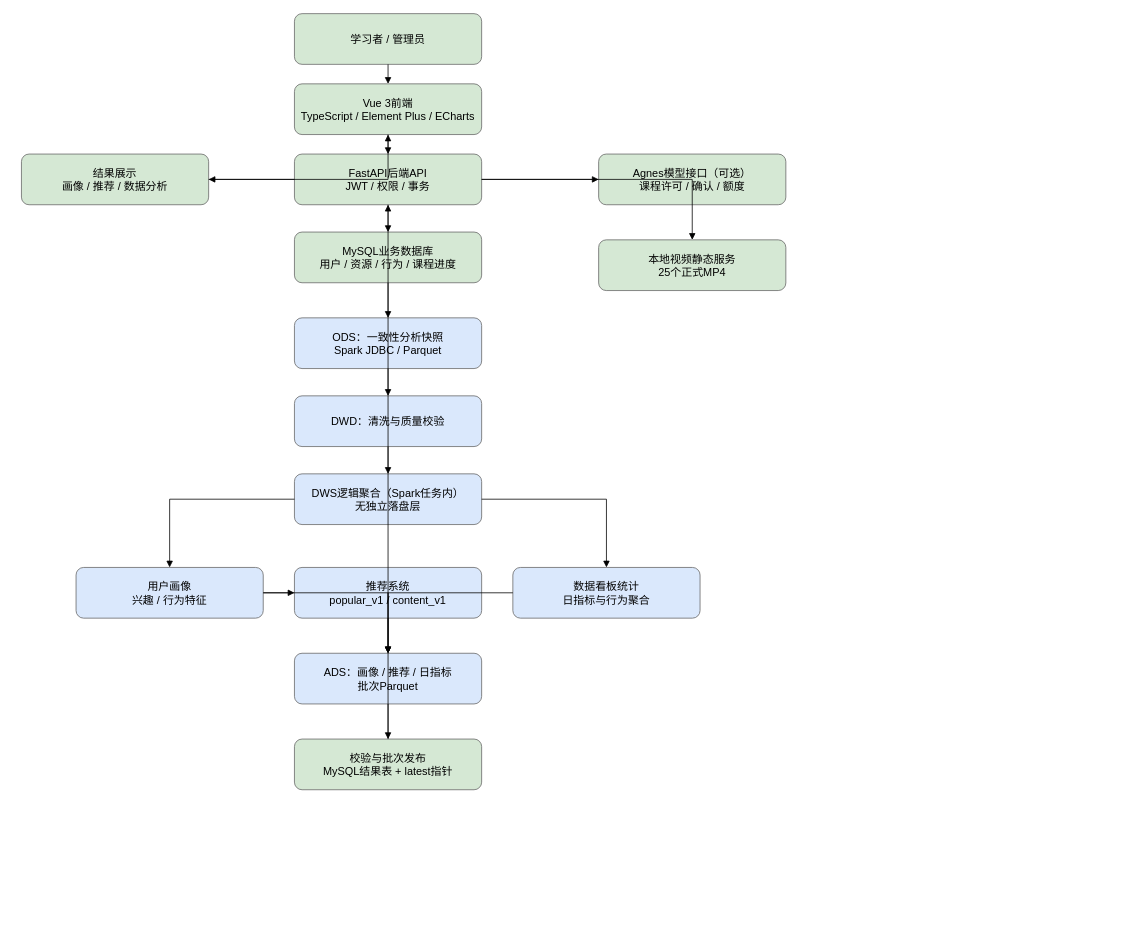
Above: docs/architecture.drawio in nuyoahyanxi-design/BigDataGraduationProject (draw.io), before the change. Source tidied: cells renumbered, new cells numbered last; positions are measured from the earlier drawing's top-left corner, leaving out a move shared by most shapes. Both pictures are drawn from the tidied source at 78%, with x=0, y=0 at pixel (21, 13).
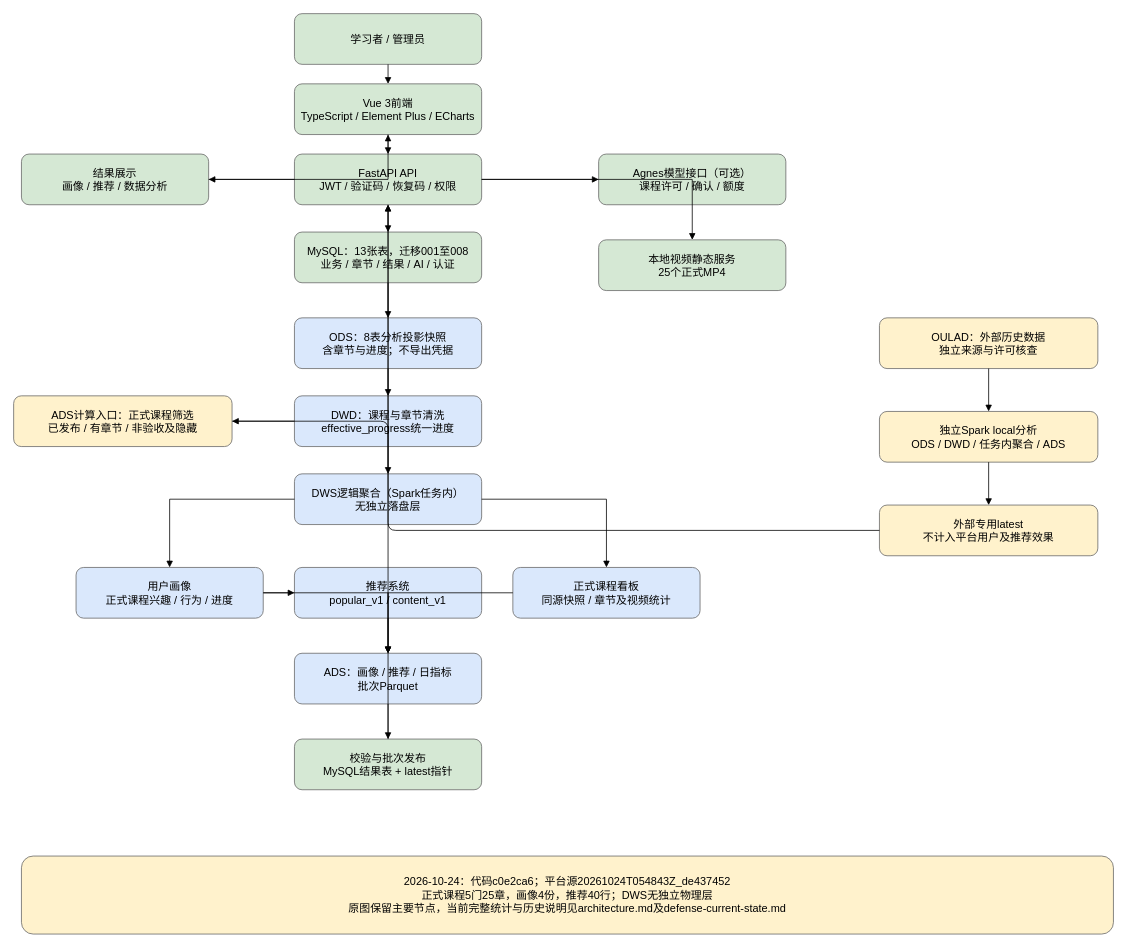
The same page after the edit.

Commit message (it also covers changes not shown here):
docs: synchronize defense baseline and architecture

Unchanged cells that the change refers to:
```xml
<mxCell id="8" value="DWS逻辑聚合（Spark任务内）&#10;无独立落盘层" style="rounded=1;whiteSpace=wrap;html=0;fillColor=#dae8fc;strokeColor=#666666;fontSize=14;" parent="1" vertex="1">
  <mxGeometry x="350" y="590" width="240" height="65" as="geometry" />
</mxCell>
```

What changed in the source:
```diff
@@
-    <mxCell id="4" value="FastAPI后端API&#10;JWT / 权限 / 事务" style="rounded=1;whiteSpace=wrap;html=0;fillColor=#d5e8d4;strokeColor=#666666;fontSize=14;" parent="1" vertex="1">
+    <mxCell id="4" value="FastAPI API&#10;JWT / 验证码 / 恢复码 / 权限" style="rounded=1;whiteSpace=wrap;html=0;fillColor=#d5e8d4;strokeColor=#666666;fontSize=14;" parent="1" vertex="1">
       <mxGeometry x="350" y="180" width="240" height="65" as="geometry" />
     </mxCell>
-    <mxCell id="5" value="MySQL业务数据库&#10;用户 / 资源 / 行为 / 课程进度" style="rounded=1;whiteSpace=wrap;html=0;fillColor=#d5e8d4;strokeColor=#666666;fontSize=14;" parent="1" vertex="1">
+    <mxCell id="5" value="MySQL：13张表，迁移001至008&#10;业务 / 章节 / 结果 / AI / 认证" style="rounded=1;whiteSpace=wrap;html=0;fillColor=#d5e8d4;strokeColor=#666666;fontSize=14;" parent="1" vertex="1">
       <mxGeometry x="350" y="280" width="240" height="65" as="geometry" />
     </mxCell>
-    <mxCell id="6" value="ODS：一致性分析快照&#10;Spark JDBC / Parquet" style="rounded=1;whiteSpace=wrap;html=0;fillColor=#dae8fc;strokeColor=#666666;fontSize=14;" parent="1" vertex="1">
+    <mxCell id="6" value="ODS：8表分析投影快照&#10;含章节与进度；不导出凭据" style="rounded=1;whiteSpace=wrap;html=0;fillColor=#dae8fc;strokeColor=#666666;fontSize=14;" parent="1" vertex="1">
       <mxGeometry x="350" y="390" width="240" height="65" as="geometry" />
     </mxCell>
-    <mxCell id="7" value="DWD：清洗与质量校验" style="rounded=1;whiteSpace=wrap;html=0;fillColor=#dae8fc;strokeColor=#666666;fontSize=14;" parent="1" vertex="1">
+    <mxCell id="7" value="DWD：课程与章节清洗&#10;effective_progress统一进度" style="rounded=1;whiteSpace=wrap;html=0;fillColor=#dae8fc;strokeColor=#666666;fontSize=14;" parent="1" vertex="1">
       <mxGeometry x="350" y="490" width="240" height="65" as="geometry" />
     </mxCell>
@@
-    <mxCell id="9" value="用户画像&#10;兴趣 / 行为特征" style="rounded=1;whiteSpace=wrap;html=0;fillColor=#dae8fc;strokeColor=#666666;fontSize=14;" parent="1" vertex="1">
+    <mxCell id="9" value="用户画像&#10;正式课程兴趣 / 行为 / 进度" style="rounded=1;whiteSpace=wrap;html=0;fillColor=#dae8fc;strokeColor=#666666;fontSize=14;" parent="1" vertex="1">
       <mxGeometry x="70" y="710" width="240" height="65" as="geometry" />
     </mxCell>
@@
-    <mxCell id="11" value="数据看板统计&#10;日指标与行为聚合" style="rounded=1;whiteSpace=wrap;html=0;fillColor=#dae8fc;strokeColor=#666666;fontSize=14;" parent="1" vertex="1">
+    <mxCell id="11" value="正式课程看板&#10;同源快照 / 章节及视频统计" style="rounded=1;whiteSpace=wrap;html=0;fillColor=#dae8fc;strokeColor=#666666;fontSize=14;" parent="1" vertex="1">
       <mxGeometry x="630" y="710" width="240" height="65" as="geometry" />
     </mxCell>
@@
-    <mxCell id="22" style="edgeStyle=orthogonalEdgeStyle;rounded=0;endArrow=block;html=1;" parent="1" edge="1" source="7" target="8">
+    <mxCell id="22" style="edgeStyle=orthogonalEdgeStyle;rounded=0;endArrow=block;html=1;" parent="1" edge="1" source="7" target="35">
       <mxGeometry relative="1" as="geometry" />
     </mxCell>
@@
+    <mxCell id="35" value="ADS计算入口：正式课程筛选&#10;已发布 / 有章节 / 非验收及隐藏" style="rounded=1;whiteSpace=wrap;html=0;fillColor=#fff2cc;strokeColor=#666666;fontSize=14;" parent="1" vertex="1">
+      <mxGeometry x="-10" y="490" width="280" height="65" as="geometry" />
+    </mxCell>
+    <mxCell id="36" style="edgeStyle=orthogonalEdgeStyle;endArrow=block;" parent="1" edge="1" source="35" target="8">
+      <mxGeometry relative="1" as="geometry" />
+    </mxCell>
+    <mxCell id="37" value="OULAD：外部历史数据&#10;独立来源与许可核查" style="rounded=1;whiteSpace=wrap;html=0;fillColor=#fff2cc;strokeColor=#666666;fontSize=14;" parent="1" vertex="1">
+      <mxGeometry x="1100" y="390" width="280" height="65" as="geometry" />
+    </mxCell>
+    <mxCell id="38" value="独立Spark local分析&#10;ODS / DWD / 任务内聚合 / ADS" style="rounded=1;whiteSpace=wrap;html=0;fillColor=#fff2cc;strokeColor=#666666;fontSize=14;" parent="1" vertex="1">
+      <mxGeometry x="1100" y="510" width="280" height="65" as="geometry" />
+    </mxCell>
+    <mxCell id="39" value="外部专用latest&#10;不计入平台用户及推荐效果" style="rounded=1;whiteSpace=wrap;html=0;fillColor=#fff2cc;strokeColor=#666666;fontSize=14;" parent="1" vertex="1">
+      <mxGeometry x="1100" y="630" width="280" height="65" as="geometry" />
+    </mxCell>
+    <mxCell id="40" style="edgeStyle=orthogonalEdgeStyle;endArrow=block;" parent="1" edge="1" source="37" target="38">
+      <mxGeometry relative="1" as="geometry" />
+    </mxCell>
+    <mxCell id="41" style="edgeStyle=orthogonalEdgeStyle;endArrow=block;" parent="1" edge="1" source="38" target="39">
+      <mxGeometry relative="1" as="geometry" />
+    </mxCell>
+    <mxCell id="42" style="edgeStyle=orthogonalEdgeStyle;endArrow=block;" parent="1" edge="1" source="39" target="4">
+      <mxGeometry relative="1" as="geometry" />
+    </mxCell>
+    <mxCell id="43" value="2026-10-24：代码c0e2ca6；平台源20261024T054843Z_de437452&#10;正式课程5门25章，画像4份，推荐40行；DWS无独立物理层&#10;原图保留主要节点，当前完整统计与历史说明见architecture.md及defense-current-state.md" style="rounded=1;whiteSpace=wrap;html=0;fillColor=#fff2cc;strokeColor=#666666;fontSize=14;" parent="1" vertex="1">
+      <mxGeometry y="1080" width="1400" height="100" as="geometry" />
+    </mxCell>
```
